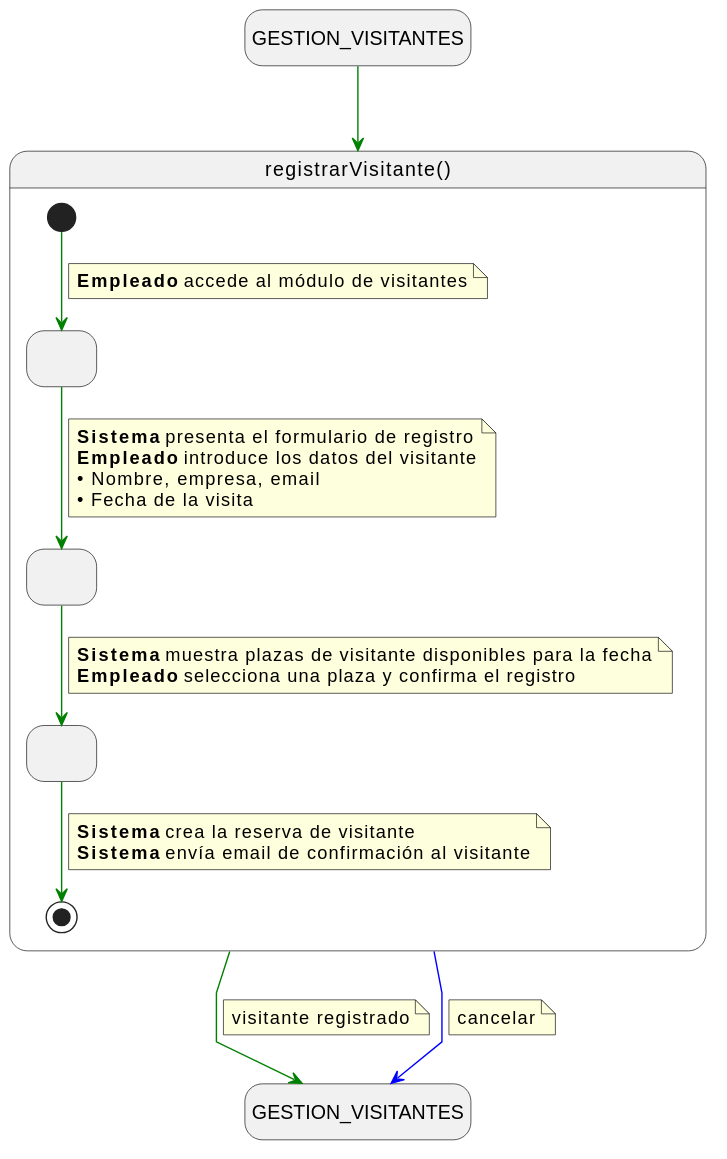
The PlantUML diagram modelosUML/svg/cuRegistrarVisitante.svg in lostal/seven-suite, before a commit.
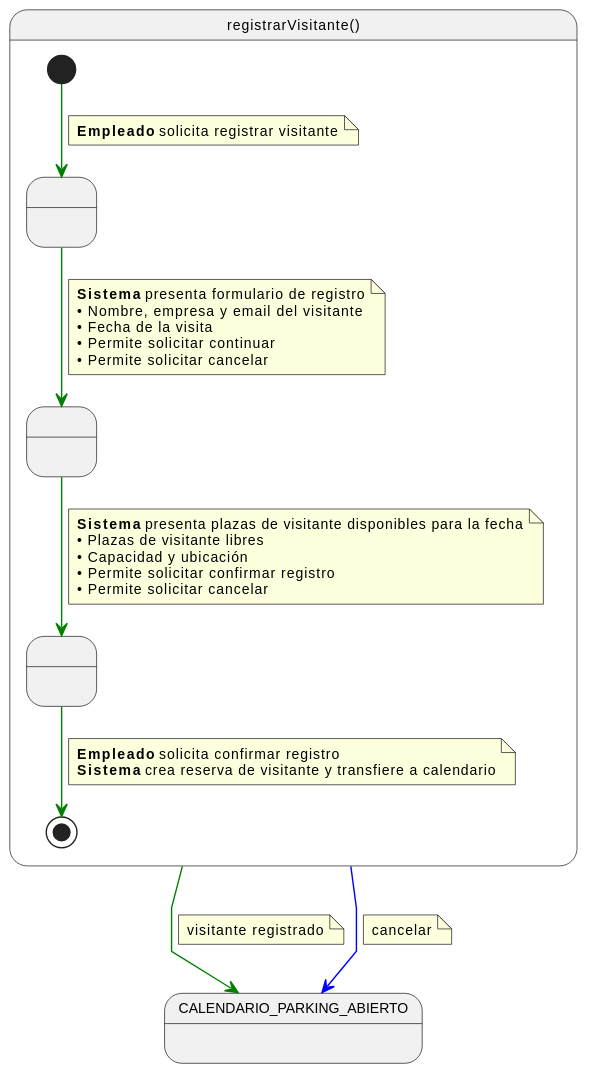
After the commit.

The edit, as a diff of the source:
```diff
@@ -1,11 +1,7 @@
 @startuml
 skinparam linetype polyline
-hide empty description
-
-state "GESTION_VISITANTES" as GestionVisitantesInicio
-state "GESTION_VISITANTES" as GestionVisitantesFin
-
-GestionVisitantesInicio -[#green]-> registrarVisitante
+skinparam defaultFontName Arial
+skinparam defaultFontSize 10
 
 state registrarVisitante as "registrarVisitante()" {
   state " " as IntroduciendoDatos
@@ -14,36 +10,40 @@
 
   [*] -[#green]-> IntroduciendoDatos
   note on link
-    <b>Empleado</b> accede al módulo de visitantes
+    <b>Empleado</b> solicita registrar visitante
   end note
 
   IntroduciendoDatos -[#green]-> SeleccionandoPlaza
   note on link
-    <b>Sistema</b> presenta el formulario de registro
-    <b>Empleado</b> introduce los datos del visitante
-    • Nombre, empresa, email
+    <b>Sistema</b> presenta formulario de registro
+    • Nombre, empresa y email del visitante
     • Fecha de la visita
+    • Permite solicitar continuar
+    • Permite solicitar cancelar
   end note
 
   SeleccionandoPlaza -[#green]-> VisitanteRegistrado
   note on link
-    <b>Sistema</b> muestra plazas de visitante disponibles para la fecha
-    <b>Empleado</b> selecciona una plaza y confirma el registro
+    <b>Sistema</b> presenta plazas de visitante disponibles para la fecha
+    • Plazas de visitante libres
+    • Capacidad y ubicación
+    • Permite solicitar confirmar registro
+    • Permite solicitar cancelar
   end note
 
   VisitanteRegistrado -[#green]-> [*]
   note on link
-    <b>Sistema</b> crea la reserva de visitante
-    <b>Sistema</b> envía email de confirmación al visitante
+    <b>Empleado</b> solicita confirmar registro
+    <b>Sistema</b> crea reserva de visitante y transfiere a calendario
   end note
 }
 
-registrarVisitante -[#green]-> GestionVisitantesFin
+registrarVisitante -[#green]-> CALENDARIO_PARKING_ABIERTO
 note on link
   visitante registrado
 end note
 
-registrarVisitante -[#blue]-> GestionVisitantesFin
+registrarVisitante -[#blue]-> CALENDARIO_PARKING_ABIERTO
 note on link
   cancelar
 end note
```
